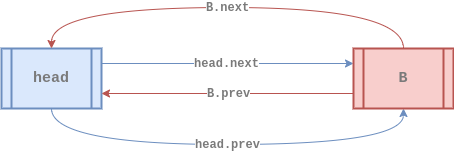
Above: assets/data-structure/linked-list/cll-doubly-insert1.png in euisblue/vue-blog (draw.io), before the change. Source tidied: cells renumbered, new cells last; positions are measured from the earlier drawing's top-left corner, leaving out a move shared by most shapes. The source it was exported from:
```xml
<mxGraphModel>
  <root>
    <mxCell id="0" />
    <mxCell id="1" parent="0" />
    <mxCell id="2" value="&lt;b style=&quot;font-size: 11px ; font-style: normal ; letter-spacing: normal ; text-align: center ; text-indent: 0px ; text-transform: none ; word-spacing: 0px ; font-family: &amp;#34;courier new&amp;#34;&quot;&gt;&lt;font style=&quot;font-size: 12px&quot; color=&quot;#7a7a7a&quot;&gt;head.prev&lt;/font&gt;&lt;/b&gt;" style="edgeStyle=orthogonalEdgeStyle;curved=1;rounded=0;sketch=0;jettySize=auto;html=1;exitX=0.5;exitY=1;exitDx=0;exitDy=0;entryX=0.5;entryY=1;entryDx=0;entryDy=0;strokeWidth=1;strokeColor=#6c8ebf;fillColor=#dae8fc;" parent="1" edge="1" source="4" target="7">
      <mxGeometry relative="1" as="geometry">
        <Array as="points">
          <mxPoint x="50" y="137" />
          <mxPoint x="402" y="137" />
        </Array>
      </mxGeometry>
    </mxCell>
    <mxCell id="3" value="&lt;b style=&quot;font-size: 11px ; font-style: normal ; letter-spacing: normal ; text-align: center ; text-indent: 0px ; text-transform: none ; word-spacing: 0px ; font-family: &amp;#34;courier new&amp;#34;&quot;&gt;&lt;font style=&quot;font-size: 12px&quot; color=&quot;#7a7a7a&quot;&gt;head.next&lt;/font&gt;&lt;/b&gt;" style="edgeStyle=orthogonalEdgeStyle;curved=1;rounded=0;sketch=0;jettySize=auto;html=1;exitX=1;exitY=0.25;exitDx=0;exitDy=0;entryX=0;entryY=0.25;entryDx=0;entryDy=0;strokeColor=#6c8ebf;strokeWidth=1;fillColor=#dae8fc;" parent="1" edge="1" source="4" target="7">
      <mxGeometry x="-0.01" relative="1" as="geometry" />
    </mxCell>
    <mxCell id="4" value="&lt;div&gt;&lt;font color=&quot;#7a7a7a&quot; face=&quot;courier new&quot; style=&quot;font-size: 15px&quot;&gt;head&lt;/font&gt;&lt;/div&gt;" style="shape=process;whiteSpace=wrap;html=1;backgroundOutline=1;fillColor=#dae8fc;strokeColor=#6c8ebf;gradientDirection=east;strokeWidth=2;shadow=0;glass=0;align=center;sketch=0;fontStyle=1;" parent="1" vertex="1">
      <mxGeometry y="41" width="100" height="60" as="geometry" />
    </mxCell>
    <mxCell id="5" value="&lt;font color=&quot;#7a7a7a&quot; face=&quot;courier new&quot;&gt;&lt;span style=&quot;font-size: 12px&quot;&gt;&lt;b&gt;B.prev&lt;/b&gt;&lt;/span&gt;&lt;/font&gt;" style="edgeStyle=orthogonalEdgeStyle;curved=1;rounded=0;jettySize=auto;html=1;exitX=0;exitY=0.75;exitDx=0;exitDy=0;strokeColor=#b85450;strokeWidth=1;fillColor=#f8cecc;" parent="1" edge="1" source="7">
      <mxGeometry x="-0.01" relative="1" as="geometry">
        <mxPoint x="100" y="86" as="targetPoint" />
      </mxGeometry>
    </mxCell>
    <mxCell id="6" value="&lt;b style=&quot;font-size: 11px ; font-style: normal ; letter-spacing: normal ; text-align: center ; text-indent: 0px ; text-transform: none ; word-spacing: 0px ; color: rgb(122 , 122 , 122) ; font-family: &amp;#34;courier new&amp;#34;&quot;&gt;&lt;font style=&quot;font-size: 12px&quot;&gt;B.next&lt;/font&gt;&lt;/b&gt;" style="edgeStyle=orthogonalEdgeStyle;curved=1;rounded=0;sketch=0;jettySize=auto;html=1;exitX=0.5;exitY=0;exitDx=0;exitDy=0;entryX=0.5;entryY=0;entryDx=0;entryDy=0;strokeWidth=1;strokeColor=#b85450;fillColor=#f8cecc;" parent="1" edge="1" source="7" target="4">
      <mxGeometry relative="1" as="geometry">
        <Array as="points">
          <mxPoint x="402" />
          <mxPoint x="50" />
        </Array>
      </mxGeometry>
    </mxCell>
    <mxCell id="7" value="&lt;div&gt;&lt;font color=&quot;#7a7a7a&quot; face=&quot;courier new&quot; size=&quot;1&quot;&gt;&lt;b style=&quot;font-size: 15px&quot;&gt;B&lt;/b&gt;&lt;/font&gt;&lt;/div&gt;" style="shape=process;whiteSpace=wrap;html=1;backgroundOutline=1;fillColor=#f8cecc;strokeColor=#b85450;gradientDirection=east;strokeWidth=2;shadow=0;glass=0;align=center;sketch=0;" parent="1" vertex="1">
      <mxGeometry x="352" y="41" width="100" height="60" as="geometry" />
    </mxCell>
  </root>
</mxGraphModel>
```
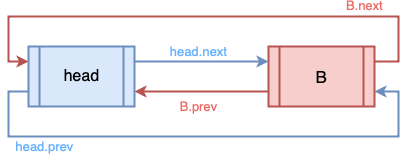
Later version of the same file.

Diff of the diagram source:
```diff
@@ -2,35 +2,42 @@
   <root>
     <mxCell id="0" />
     <mxCell id="1" parent="0" />
-    <mxCell id="2" value="&lt;b style=&quot;font-size: 11px ; font-style: normal ; letter-spacing: normal ; text-align: center ; text-indent: 0px ; text-transform: none ; word-spacing: 0px ; font-family: &amp;#34;courier new&amp;#34;&quot;&gt;&lt;font style=&quot;font-size: 12px&quot; color=&quot;#7a7a7a&quot;&gt;head.prev&lt;/font&gt;&lt;/b&gt;" style="edgeStyle=orthogonalEdgeStyle;curved=1;rounded=0;sketch=0;jettySize=auto;html=1;exitX=0.5;exitY=1;exitDx=0;exitDy=0;entryX=0.5;entryY=1;entryDx=0;entryDy=0;strokeWidth=1;strokeColor=#6c8ebf;fillColor=#dae8fc;" parent="1" edge="1" source="4" target="7">
-      <mxGeometry relative="1" as="geometry">
+    <mxCell id="2" value="&lt;font color=&quot;#66b2ff&quot; size=&quot;2&quot;&gt;&lt;span&gt;head.next&lt;/span&gt;&lt;/font&gt;" style="edgeStyle=orthogonalEdgeStyle;rounded=0;jettySize=auto;html=1;exitX=1;exitY=0.25;exitDx=0;exitDy=0;entryX=0;entryY=0.25;entryDx=0;entryDy=0;fillColor=#dae8fc;strokeColor=#6c8ebf;strokeWidth=2;labelBackgroundColor=none;labelBorderColor=none;fontFamily=Helvetica;" parent="1" edge="1" source="4" target="7">
+      <mxGeometry x="-0.04" y="10" relative="1" as="geometry">
         <Array as="points">
-          <mxPoint x="50" y="137" />
-          <mxPoint x="402" y="137" />
+          <mxPoint x="157" y="250" />
+          <mxPoint x="157" y="250" />
         </Array>
       </mxGeometry>
     </mxCell>
-    <mxCell id="3" value="&lt;b style=&quot;font-size: 11px ; font-style: normal ; letter-spacing: normal ; text-align: center ; text-indent: 0px ; text-transform: none ; word-spacing: 0px ; font-family: &amp;#34;courier new&amp;#34;&quot;&gt;&lt;font style=&quot;font-size: 12px&quot; color=&quot;#7a7a7a&quot;&gt;head.next&lt;/font&gt;&lt;/b&gt;" style="edgeStyle=orthogonalEdgeStyle;curved=1;rounded=0;sketch=0;jettySize=auto;html=1;exitX=1;exitY=0.25;exitDx=0;exitDy=0;entryX=0;entryY=0.25;entryDx=0;entryDy=0;strokeColor=#6c8ebf;strokeWidth=1;fillColor=#dae8fc;" parent="1" edge="1" source="4" target="7">
-      <mxGeometry x="-0.01" relative="1" as="geometry" />
+    <mxCell id="3" value="&lt;span style=&quot;color: rgb(102 , 178 , 255) ; font-family: &amp;#34;helvetica&amp;#34; ; font-size: small ; font-style: normal ; font-weight: normal ; letter-spacing: normal ; text-align: center ; text-indent: 0px ; text-transform: none ; word-spacing: 0px ; text-decoration: none ; display: inline ; float: none&quot;&gt;head.prev&lt;/span&gt;" style="edgeStyle=orthogonalEdgeStyle;rounded=0;jettySize=auto;html=1;exitX=0;exitY=0.75;exitDx=0;exitDy=0;entryX=1;entryY=0.75;entryDx=0;entryDy=0;labelBackgroundColor=none;strokeColor=#6c8ebf;strokeWidth=2;fontFamily=Helvetica;fontColor=#666666;align=center;fillColor=#dae8fc;" parent="1" edge="1" source="4" target="7">
+      <mxGeometry x="-0.61" y="-10" relative="1" as="geometry">
+        <Array as="points">
+          <mxPoint x="-43" y="280" />
+          <mxPoint x="-43" y="325" />
+          <mxPoint x="347" y="325" />
+          <mxPoint x="347" y="280" />
+        </Array>
+      </mxGeometry>
     </mxCell>
-    <mxCell id="4" value="&lt;div&gt;&lt;font color=&quot;#7a7a7a&quot; face=&quot;courier new&quot; style=&quot;font-size: 15px&quot;&gt;head&lt;/font&gt;&lt;/div&gt;" style="shape=process;whiteSpace=wrap;html=1;backgroundOutline=1;fillColor=#dae8fc;strokeColor=#6c8ebf;gradientDirection=east;strokeWidth=2;shadow=0;glass=0;align=center;sketch=0;fontStyle=1;" parent="1" vertex="1">
-      <mxGeometry y="41" width="100" height="60" as="geometry" />
+    <mxCell id="4" value="&lt;font&gt;&lt;font size=&quot;3&quot;&gt;head&lt;/font&gt;&lt;br&gt;&lt;/font&gt;" style="shape=process;whiteSpace=wrap;html=1;backgroundOutline=1;strokeWidth=2;fillColor=#dae8fc;strokeColor=#6c8ebf;fontStyle=0;fontFamily=Helvetica;fontSize=14;labelBackgroundColor=none;labelBorderColor=none;" parent="1" vertex="1">
+      <mxGeometry x="-23" y="235" width="106" height="60" as="geometry" />
     </mxCell>
-    <mxCell id="5" value="&lt;font color=&quot;#7a7a7a&quot; face=&quot;courier new&quot;&gt;&lt;span style=&quot;font-size: 12px&quot;&gt;&lt;b&gt;B.prev&lt;/b&gt;&lt;/span&gt;&lt;/font&gt;" style="edgeStyle=orthogonalEdgeStyle;curved=1;rounded=0;jettySize=auto;html=1;exitX=0;exitY=0.75;exitDx=0;exitDy=0;strokeColor=#b85450;strokeWidth=1;fillColor=#f8cecc;" parent="1" edge="1" source="7">
-      <mxGeometry x="-0.01" relative="1" as="geometry">
-        <mxPoint x="100" y="86" as="targetPoint" />
+    <mxCell id="5" value="&lt;font color=&quot;#ea6b66&quot; style=&quot;font-size: 13px ; line-height: 95%&quot;&gt;B.next&lt;/font&gt;" style="edgeStyle=orthogonalEdgeStyle;rounded=0;jettySize=auto;html=1;exitX=1;exitY=0.25;exitDx=0;exitDy=0;entryX=0;entryY=0.25;entryDx=0;entryDy=0;fillColor=#f8cecc;strokeColor=#b85450;strokeWidth=2;labelBackgroundColor=none;labelBorderColor=none;fontFamily=Helvetica;align=center;" parent="1" edge="1" source="7" target="4">
+      <mxGeometry x="-0.61" y="-10" relative="1" as="geometry">
+        <Array as="points">
+          <mxPoint x="347" y="250" />
+          <mxPoint x="347" y="205" />
+          <mxPoint x="-43" y="205" />
+          <mxPoint x="-43" y="250" />
+        </Array>
       </mxGeometry>
     </mxCell>
-    <mxCell id="6" value="&lt;b style=&quot;font-size: 11px ; font-style: normal ; letter-spacing: normal ; text-align: center ; text-indent: 0px ; text-transform: none ; word-spacing: 0px ; color: rgb(122 , 122 , 122) ; font-family: &amp;#34;courier new&amp;#34;&quot;&gt;&lt;font style=&quot;font-size: 12px&quot;&gt;B.next&lt;/font&gt;&lt;/b&gt;" style="edgeStyle=orthogonalEdgeStyle;curved=1;rounded=0;sketch=0;jettySize=auto;html=1;exitX=0.5;exitY=0;exitDx=0;exitDy=0;entryX=0.5;entryY=0;entryDx=0;entryDy=0;strokeWidth=1;strokeColor=#b85450;fillColor=#f8cecc;" parent="1" edge="1" source="7" target="4">
-      <mxGeometry relative="1" as="geometry">
-        <Array as="points">
-          <mxPoint x="402" />
-          <mxPoint x="50" />
-        </Array>
-      </mxGeometry>
+    <mxCell id="6" value="&lt;span style=&quot;color: rgb(234, 107, 102); font-family: helvetica; font-size: 13px; font-style: normal; font-weight: normal; letter-spacing: normal; text-align: center; text-indent: 0px; text-transform: none; word-spacing: 0px; text-decoration: none; display: inline; float: none;&quot;&gt;B.prev&lt;/span&gt;" style="edgeStyle=orthogonalEdgeStyle;rounded=0;jettySize=auto;html=1;exitX=0;exitY=0.75;exitDx=0;exitDy=0;entryX=1;entryY=0.75;entryDx=0;entryDy=0;labelBackgroundColor=none;strokeColor=#b85450;strokeWidth=2;fontFamily=Helvetica;fontColor=#666666;align=center;fillColor=#f8cecc;" parent="1" edge="1" source="7" target="4">
+      <mxGeometry x="0.04" y="15" relative="1" as="geometry" />
     </mxCell>
-    <mxCell id="7" value="&lt;div&gt;&lt;font color=&quot;#7a7a7a&quot; face=&quot;courier new&quot; size=&quot;1&quot;&gt;&lt;b style=&quot;font-size: 15px&quot;&gt;B&lt;/b&gt;&lt;/font&gt;&lt;/div&gt;" style="shape=process;whiteSpace=wrap;html=1;backgroundOutline=1;fillColor=#f8cecc;strokeColor=#b85450;gradientDirection=east;strokeWidth=2;shadow=0;glass=0;align=center;sketch=0;" parent="1" vertex="1">
-      <mxGeometry x="352" y="41" width="100" height="60" as="geometry" />
+    <mxCell id="7" value="&lt;font&gt;&lt;font style=&quot;font-size: 17px&quot;&gt;B&lt;/font&gt;&lt;br&gt;&lt;/font&gt;" style="shape=process;whiteSpace=wrap;html=1;backgroundOutline=1;strokeWidth=2;fillColor=#f8cecc;strokeColor=#b85450;fontStyle=0;fontFamily=Helvetica;fontSize=14;labelBackgroundColor=none;labelBorderColor=none;" parent="1" vertex="1">
+      <mxGeometry x="217" y="235" width="106" height="60" as="geometry" />
     </mxCell>
   </root>
 </mxGraphModel>
```
